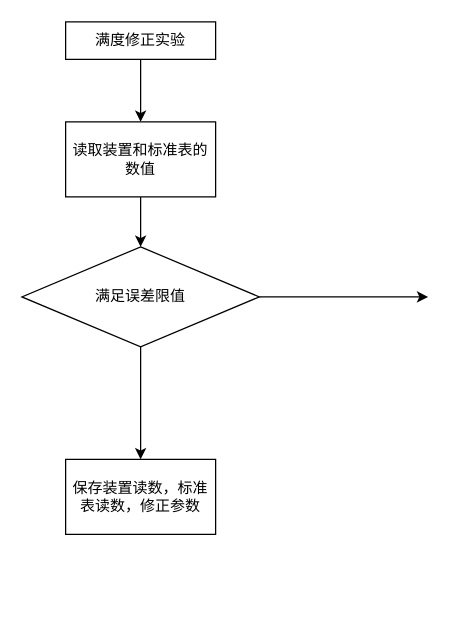
Above: 未命名绘图.drawio in aoxixixp/md (draw.io), before the change. Source tidied: cells renumbered, new cells numbered last; positions are measured from the earlier drawing's top-left corner, leaving out a move shared by most shapes. Both pictures are drawn from the tidied source at 125%, with x=0, y=0 at pixel (21, 21).
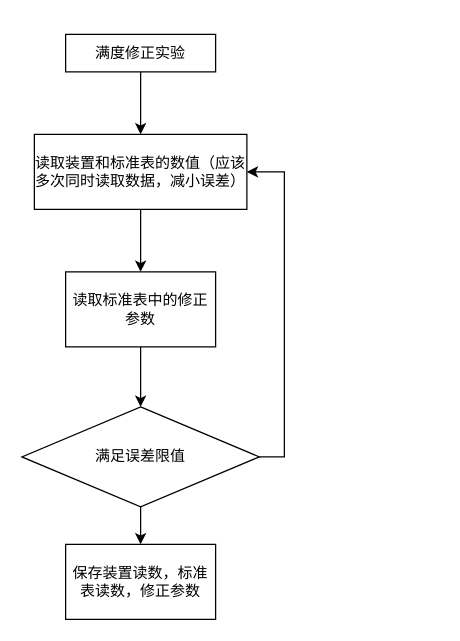
The same page after the edit.

Commit message (it also covers changes not shown here):
更新未命名绘图.drawio

Change to the diagram source:
```diff
@@
 <mxGraphModel>
   <root>
     <mxCell id="0" />
     <mxCell id="1" parent="0" />
     <mxCell id="2" style="edgeStyle=orthogonalEdgeStyle;rounded=0;jettySize=auto;html=1;" parent="1" edge="1" source="3" target="5">
       <mxGeometry relative="1" as="geometry" />
     </mxCell>
     <mxCell id="3" value="满度修正实验" style="rounded=0;whiteSpace=wrap;html=1;" parent="1" vertex="1">
-      <mxGeometry x="35" width="120" height="30" as="geometry" />
+      <mxGeometry x="35" y="10" width="120" height="30" as="geometry" />
     </mxCell>
-    <mxCell id="4" style="edgeStyle=orthogonalEdgeStyle;rounded=0;jettySize=auto;html=1;" parent="1" edge="1" source="5" target="8">
+    <mxCell id="4" style="edgeStyle=orthogonalEdgeStyle;rounded=0;jettySize=auto;html=1;entryX=0.5;entryY=0;entryDx=0;entryDy=0;" parent="1" edge="1" source="5" target="11">
       <mxGeometry relative="1" as="geometry" />
     </mxCell>
-    <mxCell id="5" value="读取装置和标准表的数值" style="rounded=0;whiteSpace=wrap;html=1;" parent="1" vertex="1">
-      <mxGeometry x="35" y="80" width="120" height="60" as="geometry" />
+    <mxCell id="5" value="读取装置和标准表的数值（应该多次同时读取数据，减小误差）" style="rounded=0;whiteSpace=wrap;html=1;" parent="1" vertex="1">
+      <mxGeometry x="10" y="90" width="170" height="60" as="geometry" />
     </mxCell>
     <mxCell id="6" style="edgeStyle=orthogonalEdgeStyle;rounded=0;jettySize=auto;html=1;" parent="1" edge="1" source="8" target="9">
       <mxGeometry relative="1" as="geometry" />
     </mxCell>
-    <mxCell id="7" style="edgeStyle=orthogonalEdgeStyle;rounded=0;jettySize=auto;html=1;" parent="1" edge="1" source="8">
-      <mxGeometry relative="1" as="geometry">
-        <mxPoint x="325" y="220" as="targetPoint" />
-      </mxGeometry>
+    <mxCell id="7" style="edgeStyle=orthogonalEdgeStyle;rounded=0;jettySize=auto;html=1;exitX=1;exitY=0.5;exitDx=0;exitDy=0;entryX=1;entryY=0.5;entryDx=0;entryDy=0;" parent="1" edge="1" source="8" target="5">
+      <mxGeometry relative="1" as="geometry" />
     </mxCell>
     <mxCell id="8" value="满足误差限值" style="rhombus;whiteSpace=wrap;html=1;" parent="1" vertex="1">
-      <mxGeometry y="180" width="190" height="80" as="geometry" />
+      <mxGeometry y="308" width="190" height="80" as="geometry" />
     </mxCell>
     <mxCell id="9" value="保存装置读数，标准表读数，修正参数" style="whiteSpace=wrap;html=1;" parent="1" vertex="1">
-      <mxGeometry x="35" y="350" width="120" height="60" as="geometry" />
+      <mxGeometry x="35" y="418" width="120" height="60" as="geometry" />
     </mxCell>
+    <mxCell id="10" style="edgeStyle=orthogonalEdgeStyle;rounded=0;jettySize=auto;html=1;" parent="1" edge="1" source="11" target="8">
+      <mxGeometry relative="1" as="geometry" />
+    </mxCell>
+    <mxCell id="11" value="读取标准表中的修正参数" style="rounded=0;whiteSpace=wrap;html=1;" parent="1" vertex="1">
+      <mxGeometry x="35" y="200" width="120" height="60" as="geometry" />
+    </mxCell>
   </root>
 </mxGraphModel>
```
